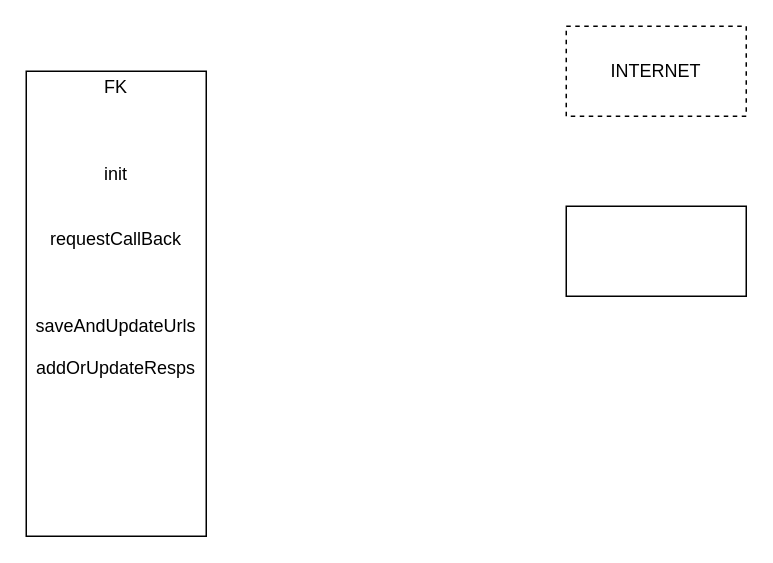
Before: Untitled Diagram.drawio in songbaiTalk/yc-front-demo, a draw.io diagram. Source tidied: cells renumbered, new cells numbered last; positions are measured from the earlier drawing's top-left corner, leaving out a move shared by most shapes. Both pictures are drawn from the tidied source at 150%, with x=0, y=0 at pixel (26, 26).
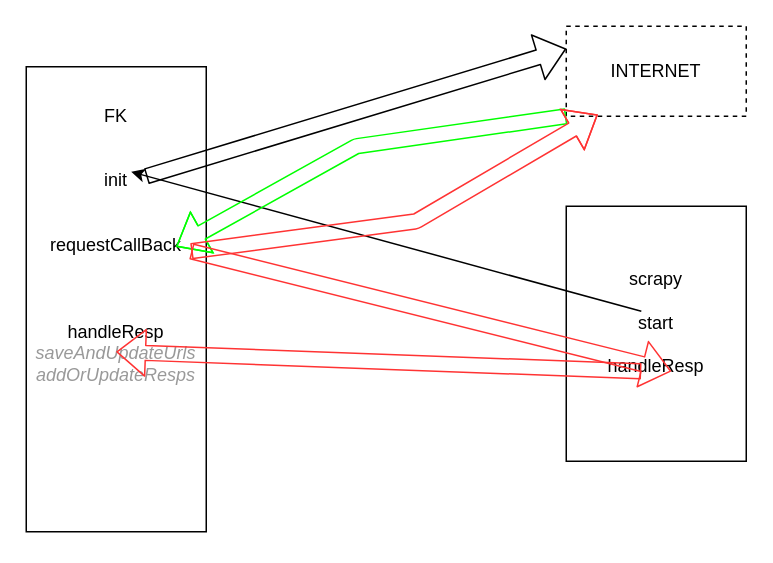
Above is the later version.

What changed in the source:
```diff
@@
 <mxGraphModel>
   <root>
     <mxCell id="0" />
     <mxCell id="1" parent="0" />
+    <mxCell id="4" value="scrapy&lt;br&gt;&lt;br&gt;start&lt;br&gt;&lt;br&gt;handleResp&lt;br&gt;&lt;br&gt;" style="rounded=0;whiteSpace=wrap;html=1;" parent="1" vertex="1">
+      <mxGeometry x="360" y="120" width="120" height="170" as="geometry" />
+    </mxCell>
-    <mxCell id="2" value="FK&lt;br&gt;&lt;br&gt;&lt;br&gt;&lt;br&gt;init&lt;br&gt;&lt;br&gt;&lt;br&gt;requestCallBack&lt;br&gt;&lt;br&gt;&lt;br&gt;&lt;br&gt;saveAndUpdateUrls&lt;br&gt;&lt;br&gt;addOrUpdateResps&lt;br&gt;&lt;br&gt;&lt;br&gt;&lt;br&gt;&lt;br&gt;&lt;br&gt;&lt;br&gt;&lt;br&gt;" style="rounded=0;whiteSpace=wrap;html=1;" parent="1" vertex="1">
-      <mxGeometry y="30" width="120" height="310" as="geometry" />
+    <mxCell id="2" value="FK&lt;br&gt;&lt;br&gt;&lt;br&gt;init&lt;br&gt;&lt;br&gt;&lt;br&gt;requestCallBack&lt;br&gt;&lt;br&gt;&lt;br&gt;&lt;br&gt;handleResp&lt;br&gt;&lt;i&gt;&lt;font color=&quot;#999999&quot;&gt;saveAndUpdateUrls&lt;br&gt;addOrUpdateResps&lt;/font&gt;&lt;/i&gt;&lt;br&gt;&lt;br&gt;&lt;br&gt;&lt;br&gt;&lt;br&gt;&lt;br&gt;" style="rounded=0;whiteSpace=wrap;html=1;" parent="1" vertex="1">
+      <mxGeometry y="27" width="120" height="310" as="geometry" />
     </mxCell>
     <mxCell id="3" value="INTERNET" style="rounded=0;whiteSpace=wrap;html=1;dashed=1;" parent="1" vertex="1">
       <mxGeometry x="360" width="120" height="60" as="geometry" />
     </mxCell>
-    <mxCell id="4" style="rounded=0;whiteSpace=wrap;html=1;" parent="1" vertex="1">
-      <mxGeometry x="360" y="120" width="120" height="60" as="geometry" />
-    </mxCell>
+    <mxCell id="5" style="endArrow=classic;html=1;entryX=0.583;entryY=0.226;entryDx=0;entryDy=0;entryPerimeter=0;exitX=0.417;exitY=0.412;exitDx=0;exitDy=0;exitPerimeter=0;" parent="1" edge="1" source="4" target="2">
+      <mxGeometry relative="1" as="geometry" />
+    </mxCell>
+    <mxCell id="6" style="endArrow=classic;html=1;entryX=0;entryY=0.25;entryDx=0;entryDy=0;shape=flexArrow;" parent="1" edge="1" target="3">
+      <mxGeometry relative="1" as="geometry">
+        <mxPoint x="80" y="100" as="sourcePoint" />
+      </mxGeometry>
+    </mxCell>
+    <mxCell id="7" style="shape=flexArrow;endArrow=classic;html=1;entryX=0.833;entryY=0.387;entryDx=0;entryDy=0;entryPerimeter=0;exitX=0;exitY=1;exitDx=0;exitDy=0;strokeColor=#00FF00;" parent="1" edge="1" source="3" target="2">
+      <mxGeometry relative="1" as="geometry">
+        <Array as="points">
+          <mxPoint x="220" y="80" />
+        </Array>
+      </mxGeometry>
+    </mxCell>
+    <mxCell id="8" style="shape=flexArrow;endArrow=classic;html=1;entryX=0.583;entryY=0.647;entryDx=0;entryDy=0;entryPerimeter=0;strokeColor=#FF3333;" parent="1" edge="1" target="4">
+      <mxGeometry relative="1" as="geometry">
+        <mxPoint x="110" y="150" as="sourcePoint" />
+      </mxGeometry>
+    </mxCell>
+    <mxCell id="9" style="shape=flexArrow;endArrow=classic;html=1;entryX=0.175;entryY=0.983;entryDx=0;entryDy=0;entryPerimeter=0;strokeColor=#FF3333;" parent="1" edge="1" target="3">
+      <mxGeometry relative="1" as="geometry">
+        <mxPoint x="110" y="150" as="sourcePoint" />
+        <Array as="points">
+          <mxPoint x="260" y="130" />
+        </Array>
+      </mxGeometry>
+    </mxCell>
+    <mxCell id="10" style="shape=flexArrow;endArrow=classic;html=1;entryX=0.5;entryY=0.613;entryDx=0;entryDy=0;entryPerimeter=0;strokeColor=#FF3333;" parent="1" edge="1" target="2">
+      <mxGeometry relative="1" as="geometry">
+        <mxPoint x="410" y="230" as="sourcePoint" />
+      </mxGeometry>
+    </mxCell>
   </root>
 </mxGraphModel>
```
